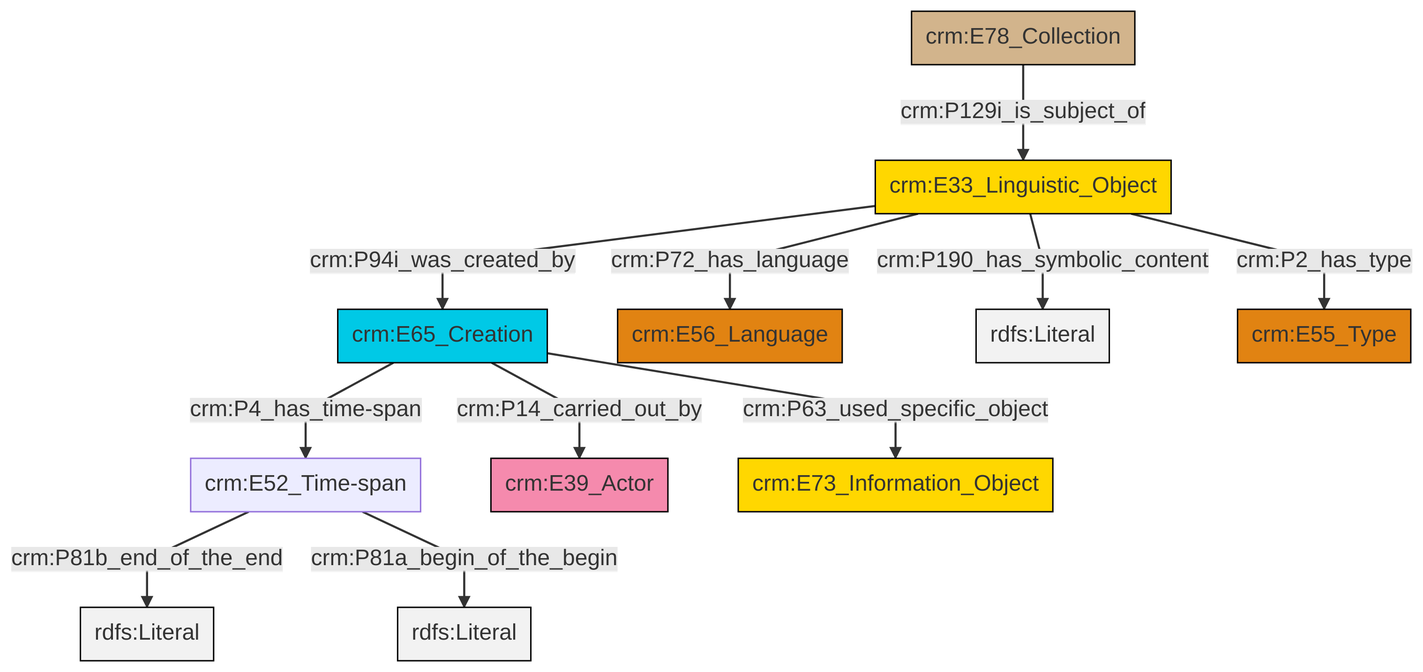
Before: et/archivalCSV/ttl/mmd/png/archival_desc.png, a diagram exported from Mermaid (swiss-art-research-net/docs.swissartresearch). Its source is kept beside it as et/archivalCSV/ttl/mmd/archival_desc.ttl.mmd.
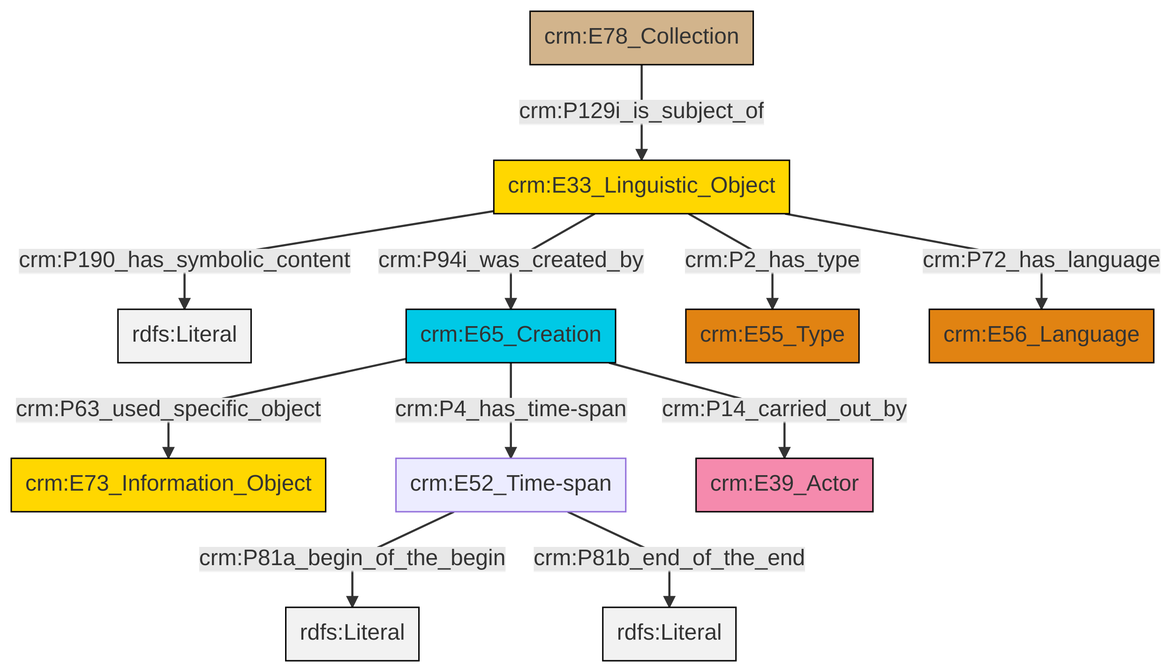
The same diagram one commit later.

Diff of the diagram source:
```diff
@@ -13,13 +13,13 @@
 classDef PC_Classes fill:#4ce600, stroke:#000000;
 classDef Multi fill:#cccccc,stroke:#000000;
 
-0["crm:E65_Creation"]:::Temporal_Entity -->|crm:P4_has_time-span| 1["crm:E52_Time-span"]:::Default
-1["crm:E52_Time-span"]:::Default -->|crm:P81b_end_of_the_end| 5[rdfs:Literal]:::Literal
-3["crm:E33_Linguistic_Object"]:::Conceptual_Object -->|crm:P72_has_language| 6["crm:E56_Language"]:::Type
-3["crm:E33_Linguistic_Object"]:::Conceptual_Object -->|crm:P190_has_symbolic_content| 7[rdfs:Literal]:::Literal
-0["crm:E65_Creation"]:::Temporal_Entity -->|crm:P14_carried_out_by| 8["crm:E39_Actor"]:::Actor
-1["crm:E52_Time-span"]:::Default -->|crm:P81a_begin_of_the_begin| 9[rdfs:Literal]:::Literal
-11["crm:E78_Collection"]:::Physical_Thing -->|crm:P129i_is_subject_of| 3["crm:E33_Linguistic_Object"]:::Conceptual_Object
-3["crm:E33_Linguistic_Object"]:::Conceptual_Object -->|crm:P2_has_type| 12["crm:E55_Type"]:::Type
-3["crm:E33_Linguistic_Object"]:::Conceptual_Object -->|crm:P94i_was_created_by| 0["crm:E65_Creation"]:::Temporal_Entity
-0["crm:E65_Creation"]:::Temporal_Entity -->|crm:P63_used_specific_object| 14["crm:E73_Information_Object"]:::Conceptual_Object
+0["crm:E33_Linguistic_Object"]:::Conceptual_Object -->|crm:P190_has_symbolic_content| 1[rdfs:Literal]:::Literal
+2["crm:E78_Collection"]:::Physical_Thing -->|crm:P129i_is_subject_of| 0["crm:E33_Linguistic_Object"]:::Conceptual_Object
+5["crm:E52_Time-span"]:::Default -->|crm:P81a_begin_of_the_begin| 6[rdfs:Literal]:::Literal
+5["crm:E52_Time-span"]:::Default -->|crm:P81b_end_of_the_end| 8[rdfs:Literal]:::Literal
+10["crm:E65_Creation"]:::Temporal_Entity -->|crm:P4_has_time-span| 5["crm:E52_Time-span"]:::Default
+10["crm:E65_Creation"]:::Temporal_Entity -->|crm:P63_used_specific_object| 3["crm:E73_Information_Object"]:::Conceptual_Object
+0["crm:E33_Linguistic_Object"]:::Conceptual_Object -->|crm:P72_has_language| 17["crm:E56_Language"]:::Type
+0["crm:E33_Linguistic_Object"]:::Conceptual_Object -->|crm:P2_has_type| 14["crm:E55_Type"]:::Type
+0["crm:E33_Linguistic_Object"]:::Conceptual_Object -->|crm:P94i_was_created_by| 10["crm:E65_Creation"]:::Temporal_Entity
+10["crm:E65_Creation"]:::Temporal_Entity -->|crm:P14_carried_out_by| 11["crm:E39_Actor"]:::Actor
```
